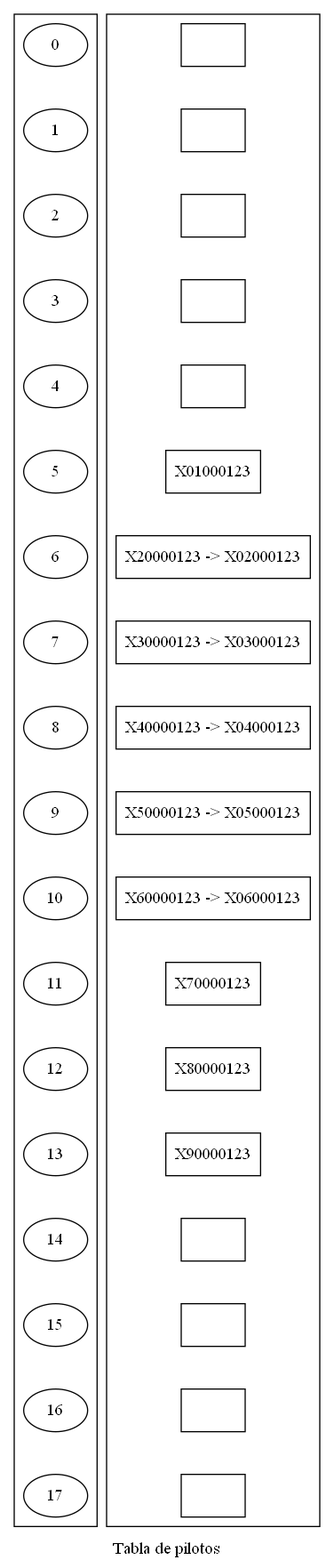
MarvinCastellanos/201700490_EDD_Proyecto keeps this Graphviz diagram as imagenes/tablaPilotos.png. Above is the earlier version. Its source is kept beside it as dot/tablaPilotos.dot.
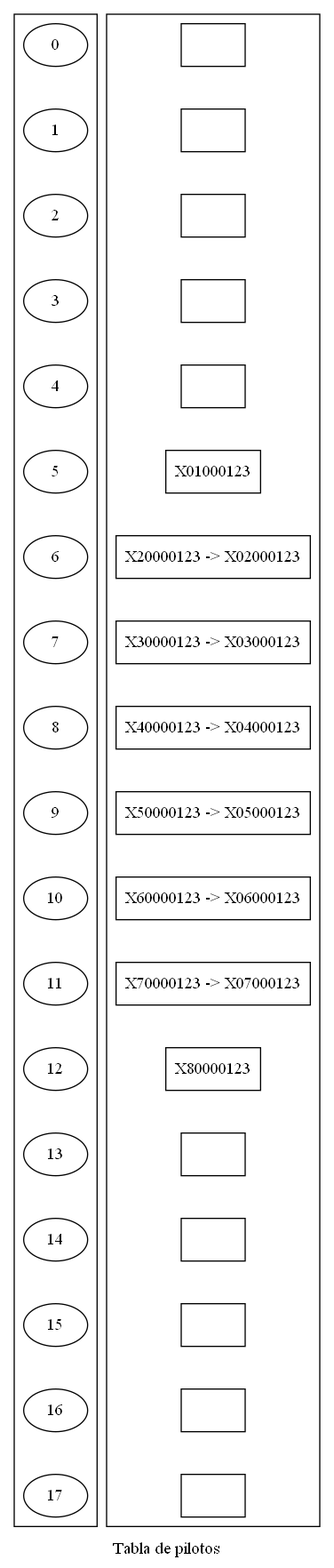
After the commit.

Diff of the diagram source:
```diff
@@ -20,9 +20,9 @@
 L8[label="X40000123 -> X04000123" shape=box];
 L9[label="X50000123 -> X05000123" shape=box];
 L10[label="X60000123 -> X06000123" shape=box];
-L11[label="X70000123" shape=box];
+L11[label="X70000123 -> X07000123" shape=box];
 L12[label="X80000123" shape=box];
-L13[label="X90000123" shape=box];
+L13[label="" shape=box];
 L14[label="" shape=box];
 L15[label="" shape=box];
 L16[label="" shape=box];
```
